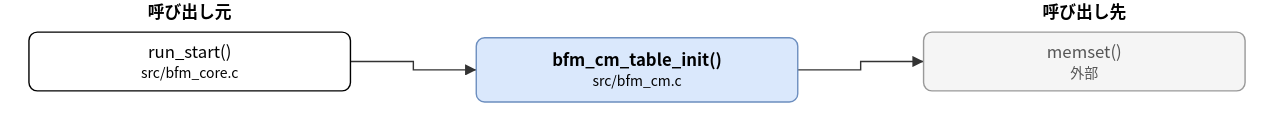
Above: doc/spec/images/call_src_bfm_cm-bfm_cm_table_init.drawio.svg in hf355051012-ai/bfmem (draw.io), before the change. Source tidied: cells renumbered, new cells last; positions are measured from the earlier drawing's top-left corner, leaving out a move shared by most shapes. Source of this version:
```xml
<mxGraphModel>
  <root>
    <mxCell id="0" />
    <mxCell id="1" parent="0" />
    <mxCell id="2" value="bfm_cm_table_init()&lt;br&gt;&lt;font style=&quot;font-size:10px&quot;&gt;src/bfm_cm.c&lt;/font&gt;" style="rounded=1;whiteSpace=wrap;html=1;fillColor=#dae8fc;strokeColor=#6c8ebf;fontStyle=1;" parent="1" vertex="1">
      <mxGeometry x="320" y="27" width="230" height="46" as="geometry" />
    </mxCell>
    <mxCell id="3" value="run_start()&lt;br&gt;&lt;font style=&quot;font-size:10px&quot;&gt;src/bfm_core.c&lt;/font&gt;" style="rounded=1;whiteSpace=wrap;html=1;" parent="1" vertex="1">
      <mxGeometry y="23" width="230" height="42" as="geometry" />
    </mxCell>
    <mxCell id="4" value="memset()&lt;br&gt;&lt;font style=&quot;font-size:10px&quot;&gt;外部&lt;/font&gt;" style="rounded=1;whiteSpace=wrap;html=1;fillColor=#f5f5f5;strokeColor=#999999;fontColor=#555555;" parent="1" vertex="1">
      <mxGeometry x="640" y="23" width="230" height="42" as="geometry" />
    </mxCell>
    <mxCell id="5" style="edgeStyle=none;html=1;rounded=0;endArrow=block;endFill=1;exitX=1.0000;exitY=0.5000;exitDx=0;exitDy=0;exitPerimeter=0;entryX=0.0000;entryY=0.5000;entryDx=0;entryDy=0;entryPerimeter=0;" parent="1" edge="1" source="3" target="2">
      <mxGeometry relative="1" as="geometry">
        <Array as="points">
          <mxPoint x="275" y="44" />
          <mxPoint x="275" y="50" />
        </Array>
      </mxGeometry>
    </mxCell>
    <mxCell id="6" style="edgeStyle=none;html=1;rounded=0;endArrow=block;endFill=1;exitX=1.0000;exitY=0.5000;exitDx=0;exitDy=0;exitPerimeter=0;entryX=0.0000;entryY=0.5000;entryDx=0;entryDy=0;entryPerimeter=0;" parent="1" edge="1" source="2" target="4">
      <mxGeometry relative="1" as="geometry">
        <Array as="points">
          <mxPoint x="595" y="50" />
          <mxPoint x="595" y="44" />
        </Array>
      </mxGeometry>
    </mxCell>
    <mxCell id="7" value="呼び出し元" style="text;html=1;align=center;fontStyle=1;" parent="1" vertex="1">
      <mxGeometry x="35" width="160" height="18" as="geometry" />
    </mxCell>
    <mxCell id="8" value="呼び出し先" style="text;html=1;align=center;fontStyle=1;" parent="1" vertex="1">
      <mxGeometry x="675" width="160" height="18" as="geometry" />
    </mxCell>
  </root>
</mxGraphModel>
```
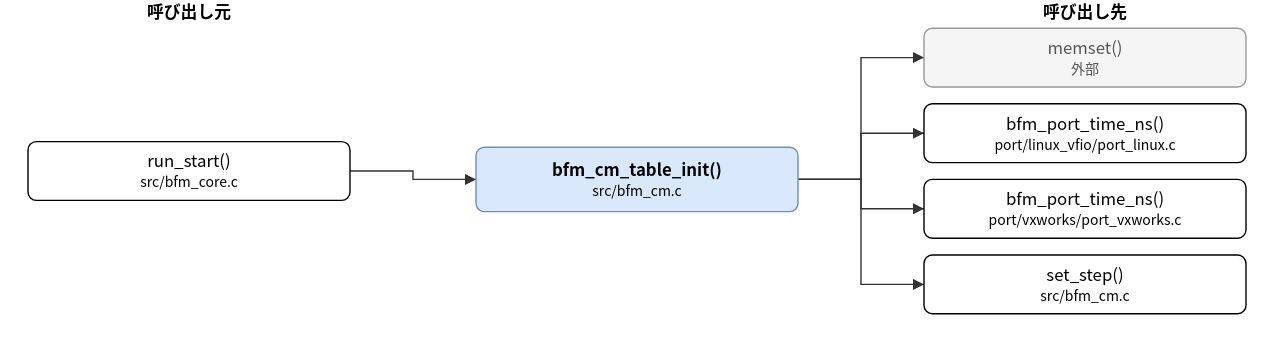
The same diagram one commit later.

Diff of the diagram source:
```diff
@@ -3,30 +3,63 @@
     <mxCell id="0" />
     <mxCell id="1" parent="0" />
     <mxCell id="2" value="bfm_cm_table_init()&lt;br&gt;&lt;font style=&quot;font-size:10px&quot;&gt;src/bfm_cm.c&lt;/font&gt;" style="rounded=1;whiteSpace=wrap;html=1;fillColor=#dae8fc;strokeColor=#6c8ebf;fontStyle=1;" parent="1" vertex="1">
-      <mxGeometry x="320" y="27" width="230" height="46" as="geometry" />
+      <mxGeometry x="320" y="105" width="230" height="46" as="geometry" />
     </mxCell>
     <mxCell id="3" value="run_start()&lt;br&gt;&lt;font style=&quot;font-size:10px&quot;&gt;src/bfm_core.c&lt;/font&gt;" style="rounded=1;whiteSpace=wrap;html=1;" parent="1" vertex="1">
-      <mxGeometry y="23" width="230" height="42" as="geometry" />
+      <mxGeometry y="101" width="230" height="42" as="geometry" />
     </mxCell>
     <mxCell id="4" value="memset()&lt;br&gt;&lt;font style=&quot;font-size:10px&quot;&gt;外部&lt;/font&gt;" style="rounded=1;whiteSpace=wrap;html=1;fillColor=#f5f5f5;strokeColor=#999999;fontColor=#555555;" parent="1" vertex="1">
-      <mxGeometry x="640" y="23" width="230" height="42" as="geometry" />
+      <mxGeometry x="640" y="20" width="230" height="42" as="geometry" />
     </mxCell>
+    <mxCell id="9" value="bfm_port_time_ns()&lt;br&gt;&lt;font style=&quot;font-size:10px&quot;&gt;port/linux_vfio/port_linux.c&lt;/font&gt;" style="rounded=1;whiteSpace=wrap;html=1;" parent="1" vertex="1">
+      <mxGeometry x="640" y="74" width="230" height="42" as="geometry" />
+    </mxCell>
+    <mxCell id="10" value="bfm_port_time_ns()&lt;br&gt;&lt;font style=&quot;font-size:10px&quot;&gt;port/vxworks/port_vxworks.c&lt;/font&gt;" style="rounded=1;whiteSpace=wrap;html=1;" parent="1" vertex="1">
+      <mxGeometry x="640" y="128" width="230" height="42" as="geometry" />
+    </mxCell>
+    <mxCell id="11" value="set_step()&lt;br&gt;&lt;font style=&quot;font-size:10px&quot;&gt;src/bfm_cm.c&lt;/font&gt;" style="rounded=1;whiteSpace=wrap;html=1;" parent="1" vertex="1">
+      <mxGeometry x="640" y="182" width="230" height="42" as="geometry" />
+    </mxCell>
     <mxCell id="5" style="edgeStyle=none;html=1;rounded=0;endArrow=block;endFill=1;exitX=1.0000;exitY=0.5000;exitDx=0;exitDy=0;exitPerimeter=0;entryX=0.0000;entryY=0.5000;entryDx=0;entryDy=0;entryPerimeter=0;" parent="1" edge="1" source="3" target="2">
       <mxGeometry relative="1" as="geometry">
         <Array as="points">
-          <mxPoint x="275" y="44" />
-          <mxPoint x="275" y="50" />
+          <mxPoint x="275" y="122" />
+          <mxPoint x="275" y="128" />
         </Array>
       </mxGeometry>
     </mxCell>
     <mxCell id="6" style="edgeStyle=none;html=1;rounded=0;endArrow=block;endFill=1;exitX=1.0000;exitY=0.5000;exitDx=0;exitDy=0;exitPerimeter=0;entryX=0.0000;entryY=0.5000;entryDx=0;entryDy=0;entryPerimeter=0;" parent="1" edge="1" source="2" target="4">
       <mxGeometry relative="1" as="geometry">
         <Array as="points">
-          <mxPoint x="595" y="50" />
-          <mxPoint x="595" y="44" />
+          <mxPoint x="595" y="128" />
+          <mxPoint x="595" y="41" />
         </Array>
       </mxGeometry>
     </mxCell>
+    <mxCell id="12" style="edgeStyle=none;html=1;rounded=0;endArrow=block;endFill=1;exitX=1.0000;exitY=0.5000;exitDx=0;exitDy=0;exitPerimeter=0;entryX=0.0000;entryY=0.5000;entryDx=0;entryDy=0;entryPerimeter=0;" parent="1" edge="1" source="2" target="9">
+      <mxGeometry relative="1" as="geometry">
+        <Array as="points">
+          <mxPoint x="595" y="128" />
+          <mxPoint x="595" y="95" />
+        </Array>
+      </mxGeometry>
+    </mxCell>
+    <mxCell id="13" style="edgeStyle=none;html=1;rounded=0;endArrow=block;endFill=1;exitX=1.0000;exitY=0.5000;exitDx=0;exitDy=0;exitPerimeter=0;entryX=0.0000;entryY=0.5000;entryDx=0;entryDy=0;entryPerimeter=0;" parent="1" edge="1" source="2" target="10">
+      <mxGeometry relative="1" as="geometry">
+        <Array as="points">
+          <mxPoint x="595" y="128" />
+          <mxPoint x="595" y="149" />
+        </Array>
+      </mxGeometry>
+    </mxCell>
+    <mxCell id="14" style="edgeStyle=none;html=1;rounded=0;endArrow=block;endFill=1;exitX=1.0000;exitY=0.5000;exitDx=0;exitDy=0;exitPerimeter=0;entryX=0.0000;entryY=0.5000;entryDx=0;entryDy=0;entryPerimeter=0;" parent="1" edge="1" source="2" target="11">
+      <mxGeometry relative="1" as="geometry">
+        <Array as="points">
+          <mxPoint x="595" y="128" />
+          <mxPoint x="595" y="203" />
+        </Array>
+      </mxGeometry>
+    </mxCell>
     <mxCell id="7" value="呼び出し元" style="text;html=1;align=center;fontStyle=1;" parent="1" vertex="1">
       <mxGeometry x="35" width="160" height="18" as="geometry" />
     </mxCell>
```
